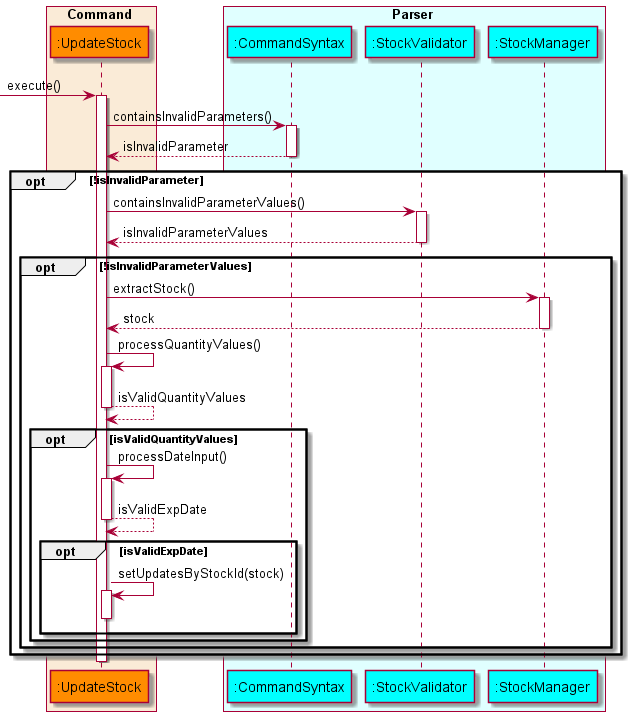
Above: docs/diagrams/diagram_images/UpdateStockSequenceDiagram.png in nus-cs2113-AY2122S1/tp (PlantUML), before the change.
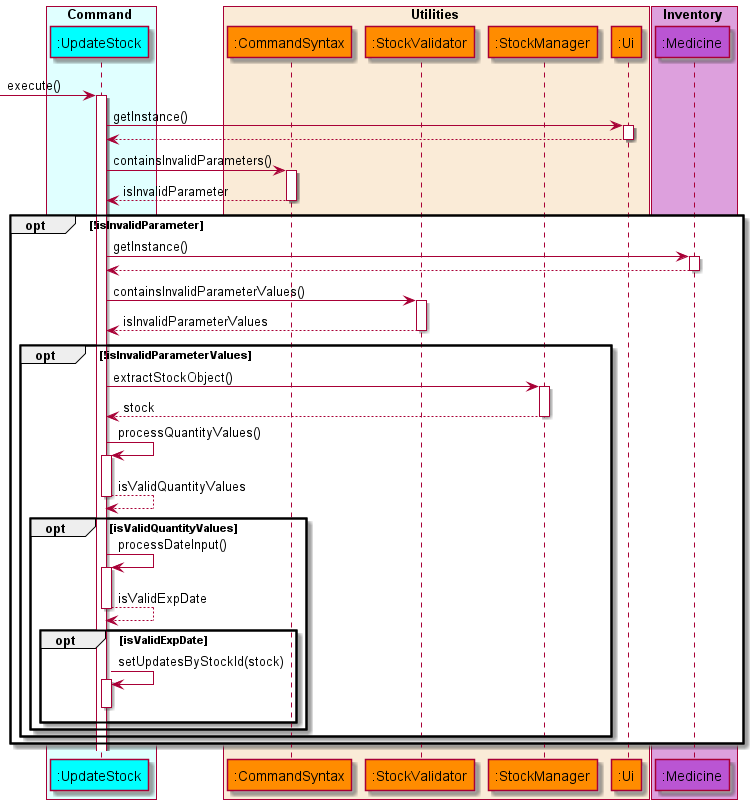
Later version of the same file.

Commit message:
Modify updatestock sequence diagram

The edit, as a diff of the source:
```diff
@@ -6,49 +6,49 @@
     participant ":UpdateStock" as updatestock COLOR_COMMAND
 end box
 
-box Parser COLOR_PARSER_BOX
-    participant ":CommandSyntax" as commandsyntax COLOR_PARSER
-    participant ":StockValidator" as stockvalidator COLOR_PARSER
-    participant ":StockManager" as stockmanager COLOR_PARSER
+box Utilities COLOR_UTILITIES_BOX
+    participant ":CommandSyntax" as commandsyntax COLOR_UTILITIES
+    participant ":StockValidator" as stockvalidator COLOR_UTILITIES
+    participant ":StockManager" as stockmanager COLOR_UTILITIES
+    participant ":Ui" as ui COLOR_UTILITIES
 end box
 
+box Inventory COLOR_INVENTORY_BOX
+    participant ":Medicine" as medicine COLOR_INVENTORY
+end box
+
+autoactivate on
+
 -> updatestock: execute()
-    activate updatestock
-        updatestock -> commandsyntax: containsInvalidParameters()
-        activate commandsyntax
-            updatestock <-- commandsyntax: isInvalidParameter
-        deactivate commandsyntax
+    updatestock -> ui: getInstance()
+    updatestock <-- ui
+    updatestock -> commandsyntax: containsInvalidParameters()
+    updatestock <-- commandsyntax: isInvalidParameter
 
-        opt !isInvalidParameter
+    opt !isInvalidParameter
+        updatestock -> medicine : getInstance()
+        updatestock <-- medicine
+
         updatestock -> stockvalidator: containsInvalidParameterValues()
-        activate stockvalidator
-            updatestock <-- stockvalidator: isInvalidParameterValues
-        deactivate stockvalidator
-            opt !isInvalidParameterValues
-                updatestock -> stockmanager: extractStock()
-                activate stockmanager
-                    updatestock <-- stockmanager: stock
-                deactivate stockmanager
+        updatestock <-- stockvalidator: isInvalidParameterValues
 
-                updatestock -> updatestock: processQuantityValues()
-                activate updatestock
-                    updatestock --> updatestock: isValidQuantityValues
-                deactivate updatestock
+        opt !isInvalidParameterValues
+            updatestock -> stockmanager: extractStockObject()
+            updatestock <-- stockmanager: stock
 
-                opt isValidQuantityValues
-                    updatestock -> updatestock: processDateInput()
-                    activate updatestock
-                        updatestock --> updatestock: isValidExpDate
+            updatestock -> updatestock: processQuantityValues()
+            updatestock --> updatestock: isValidQuantityValues
+
+            opt isValidQuantityValues
+                updatestock -> updatestock: processDateInput()
+                updatestock --> updatestock: isValidExpDate
+
+                opt isValidExpDate
+                    updatestock -> updatestock: setUpdatesByStockId(stock)
                     deactivate updatestock
-                    opt isValidExpDate
-                        updatestock -> updatestock: setUpdatesByStockId(stock)
-                        activate updatestock
-                        deactivate updatestock
-                    end
                 end
             end
         end
-
-    deactivate updatestock
+    end
 
 @enduml
```
